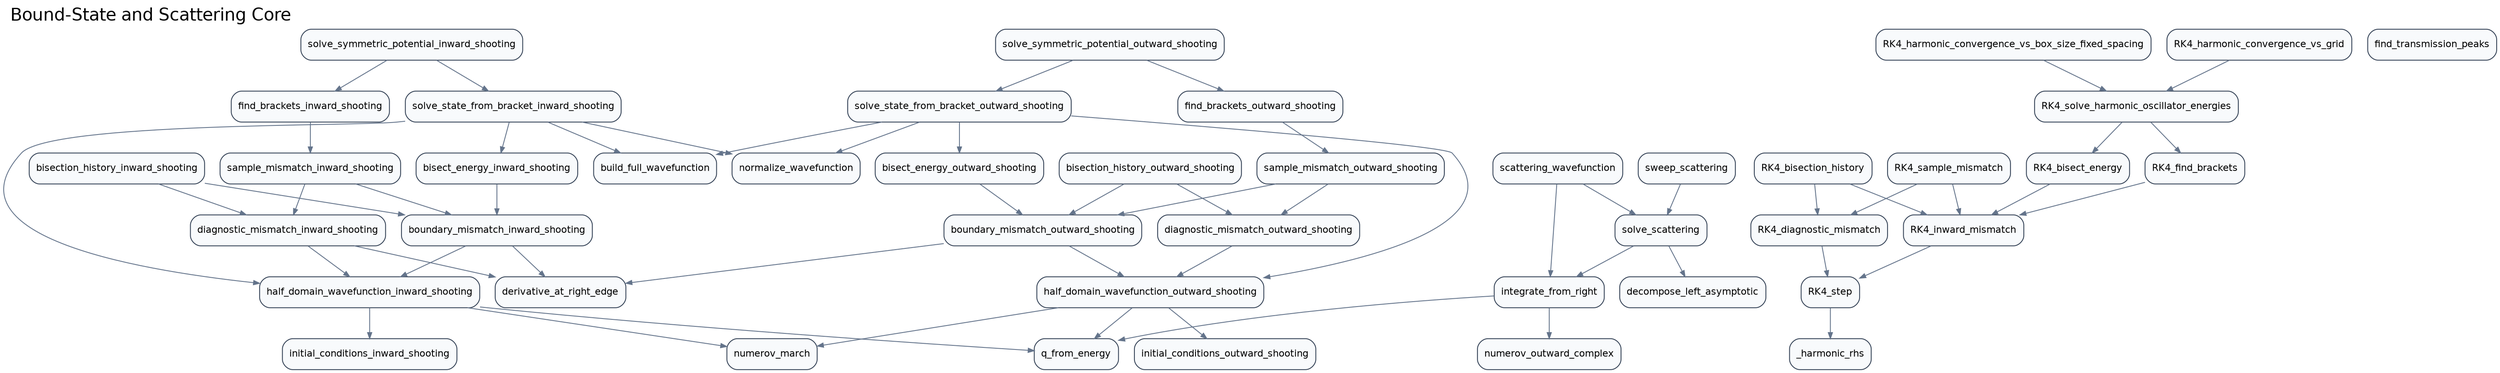
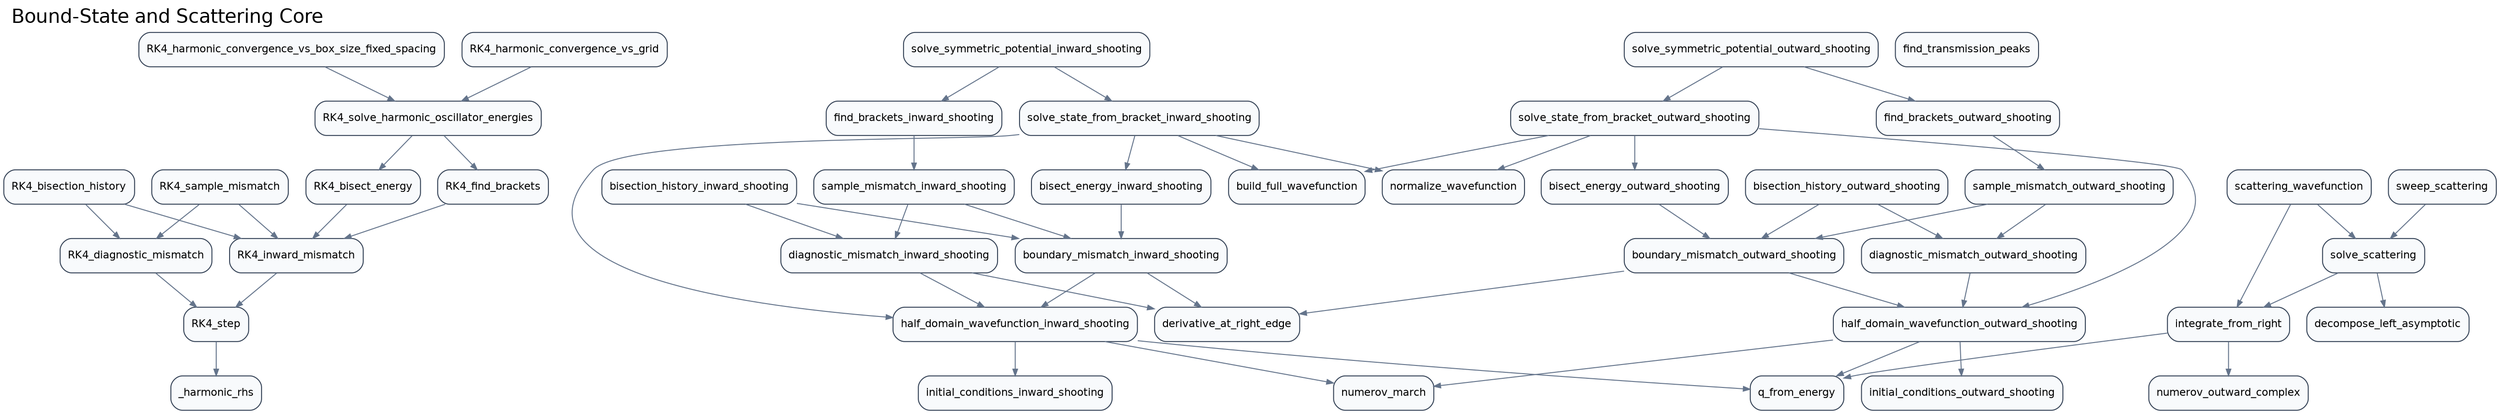
digraph G {
  rankdir="TB";
  graph [labeljust="l", labelloc="t", fontsize=20, fontname="Helvetica"];
  label="Bound-State and Scattering Core";
  node [shape=box, style="rounded,filled", fillcolor="#F8FAFC", color="#334155", fontname="Helvetica", fontsize=11];
  edge [color="#64748B", arrowsize=0.7];
+   src_RK4_harmonic_oscillator_RK4_bisect_energy [label="RK4_bisect_energy"];
+   src_RK4_harmonic_oscillator_RK4_bisection_history [label="RK4_bisection_history"];
+   src_RK4_harmonic_oscillator_RK4_diagnostic_mismatch [label="RK4_diagnostic_mismatch"];
+   src_RK4_harmonic_oscillator_RK4_find_brackets [label="RK4_find_brackets"];
+   src_RK4_harmonic_oscillator_RK4_harmonic_convergence_vs_box_size_fixed_spacing [label="RK4_harmonic_convergence_vs_box_size_fixed_spacing"];
+   src_RK4_harmonic_oscillator_RK4_harmonic_convergence_vs_grid [label="RK4_harmonic_convergence_vs_grid"];
+   src_RK4_harmonic_oscillator_RK4_inward_mismatch [label="RK4_inward_mismatch"];
+   src_RK4_harmonic_oscillator_RK4_sample_mismatch [label="RK4_sample_mismatch"];
+   src_RK4_harmonic_oscillator_RK4_solve_harmonic_oscillator_energies [label="RK4_solve_harmonic_oscillator_energies"];
+   src_RK4_harmonic_oscillator_RK4_step [label="RK4_step"];
+   src_RK4_harmonic_oscillator__harmonic_rhs [label="_harmonic_rhs"];
  src_numerov_derivative_at_right_edge [label="derivative_at_right_edge"];
  src_numerov_normalize_wavefunction [label="normalize_wavefunction"];
  src_numerov_numerov_march [label="numerov_march"];
  src_numerov_q_from_energy [label="q_from_energy"];
-   src_rk4_compare_RK4_bisect_energy [label="RK4_bisect_energy"];
-   src_rk4_compare_RK4_bisection_history [label="RK4_bisection_history"];
-   src_rk4_compare_RK4_diagnostic_mismatch [label="RK4_diagnostic_mismatch"];
-   src_rk4_compare_RK4_find_brackets [label="RK4_find_brackets"];
-   src_rk4_compare_RK4_harmonic_convergence_vs_box_size_fixed_spacing [label="RK4_harmonic_convergence_vs_box_size_fixed_spacing"];
-   src_rk4_compare_RK4_harmonic_convergence_vs_grid [label="RK4_harmonic_convergence_vs_grid"];
-   src_rk4_compare_RK4_inward_mismatch [label="RK4_inward_mismatch"];
-   src_rk4_compare_RK4_sample_mismatch [label="RK4_sample_mismatch"];
-   src_rk4_compare_RK4_solve_harmonic_oscillator_energies [label="RK4_solve_harmonic_oscillator_energies"];
-   src_rk4_compare_RK4_step [label="RK4_step"];
-   src_rk4_compare__harmonic_rhs [label="_harmonic_rhs"];
  src_scattering_decompose_left_asymptotic [label="decompose_left_asymptotic"];
  src_scattering_find_transmission_peaks [label="find_transmission_peaks"];
  src_scattering_integrate_from_right [label="integrate_from_right"];
  src_scattering_numerov_outward_complex [label="numerov_outward_complex"];
  src_scattering_scattering_wavefunction [label="scattering_wavefunction"];
  src_scattering_solve_scattering [label="solve_scattering"];
  src_scattering_sweep_scattering [label="sweep_scattering"];
  src_shooting_bisect_energy_inward_shooting [label="bisect_energy_inward_shooting"];
  src_shooting_bisect_energy_outward_shooting [label="bisect_energy_outward_shooting"];
  src_shooting_bisection_history_inward_shooting [label="bisection_history_inward_shooting"];
  src_shooting_bisection_history_outward_shooting [label="bisection_history_outward_shooting"];
  src_shooting_boundary_mismatch_inward_shooting [label="boundary_mismatch_inward_shooting"];
  src_shooting_boundary_mismatch_outward_shooting [label="boundary_mismatch_outward_shooting"];
  src_shooting_build_full_wavefunction [label="build_full_wavefunction"];
  src_shooting_diagnostic_mismatch_inward_shooting [label="diagnostic_mismatch_inward_shooting"];
  src_shooting_diagnostic_mismatch_outward_shooting [label="diagnostic_mismatch_outward_shooting"];
  src_shooting_find_brackets_inward_shooting [label="find_brackets_inward_shooting"];
  src_shooting_find_brackets_outward_shooting [label="find_brackets_outward_shooting"];
  src_shooting_half_domain_wavefunction_inward_shooting [label="half_domain_wavefunction_inward_shooting"];
  src_shooting_half_domain_wavefunction_outward_shooting [label="half_domain_wavefunction_outward_shooting"];
  src_shooting_initial_conditions_inward_shooting [label="initial_conditions_inward_shooting"];
  src_shooting_initial_conditions_outward_shooting [label="initial_conditions_outward_shooting"];
  src_shooting_sample_mismatch_inward_shooting [label="sample_mismatch_inward_shooting"];
  src_shooting_sample_mismatch_outward_shooting [label="sample_mismatch_outward_shooting"];
  src_shooting_solve_state_from_bracket_inward_shooting [label="solve_state_from_bracket_inward_shooting"];
  src_shooting_solve_state_from_bracket_outward_shooting [label="solve_state_from_bracket_outward_shooting"];
  src_shooting_solve_symmetric_potential_inward_shooting [label="solve_symmetric_potential_inward_shooting"];
  src_shooting_solve_symmetric_potential_outward_shooting [label="solve_symmetric_potential_outward_shooting"];
-   src_rk4_compare_RK4_bisect_energy -> src_rk4_compare_RK4_inward_mismatch;
-   src_rk4_compare_RK4_bisection_history -> src_rk4_compare_RK4_diagnostic_mismatch;
-   src_rk4_compare_RK4_bisection_history -> src_rk4_compare_RK4_inward_mismatch;
-   src_rk4_compare_RK4_diagnostic_mismatch -> src_rk4_compare_RK4_step;
-   src_rk4_compare_RK4_find_brackets -> src_rk4_compare_RK4_inward_mismatch;
-   src_rk4_compare_RK4_harmonic_convergence_vs_box_size_fixed_spacing -> src_rk4_compare_RK4_solve_harmonic_oscillator_energies;
-   src_rk4_compare_RK4_harmonic_convergence_vs_grid -> src_rk4_compare_RK4_solve_harmonic_oscillator_energies;
-   src_rk4_compare_RK4_inward_mismatch -> src_rk4_compare_RK4_step;
-   src_rk4_compare_RK4_sample_mismatch -> src_rk4_compare_RK4_diagnostic_mismatch;
-   src_rk4_compare_RK4_sample_mismatch -> src_rk4_compare_RK4_inward_mismatch;
-   src_rk4_compare_RK4_solve_harmonic_oscillator_energies -> src_rk4_compare_RK4_bisect_energy;
-   src_rk4_compare_RK4_solve_harmonic_oscillator_energies -> src_rk4_compare_RK4_find_brackets;
-   src_rk4_compare_RK4_step -> src_rk4_compare__harmonic_rhs;
+   src_RK4_harmonic_oscillator_RK4_bisect_energy -> src_RK4_harmonic_oscillator_RK4_inward_mismatch;
+   src_RK4_harmonic_oscillator_RK4_bisection_history -> src_RK4_harmonic_oscillator_RK4_diagnostic_mismatch;
+   src_RK4_harmonic_oscillator_RK4_bisection_history -> src_RK4_harmonic_oscillator_RK4_inward_mismatch;
+   src_RK4_harmonic_oscillator_RK4_diagnostic_mismatch -> src_RK4_harmonic_oscillator_RK4_step;
+   src_RK4_harmonic_oscillator_RK4_find_brackets -> src_RK4_harmonic_oscillator_RK4_inward_mismatch;
+   src_RK4_harmonic_oscillator_RK4_harmonic_convergence_vs_box_size_fixed_spacing -> src_RK4_harmonic_oscillator_RK4_solve_harmonic_oscillator_energies;
+   src_RK4_harmonic_oscillator_RK4_harmonic_convergence_vs_grid -> src_RK4_harmonic_oscillator_RK4_solve_harmonic_oscillator_energies;
+   src_RK4_harmonic_oscillator_RK4_inward_mismatch -> src_RK4_harmonic_oscillator_RK4_step;
+   src_RK4_harmonic_oscillator_RK4_sample_mismatch -> src_RK4_harmonic_oscillator_RK4_diagnostic_mismatch;
+   src_RK4_harmonic_oscillator_RK4_sample_mismatch -> src_RK4_harmonic_oscillator_RK4_inward_mismatch;
+   src_RK4_harmonic_oscillator_RK4_solve_harmonic_oscillator_energies -> src_RK4_harmonic_oscillator_RK4_bisect_energy;
+   src_RK4_harmonic_oscillator_RK4_solve_harmonic_oscillator_energies -> src_RK4_harmonic_oscillator_RK4_find_brackets;
+   src_RK4_harmonic_oscillator_RK4_step -> src_RK4_harmonic_oscillator__harmonic_rhs;
  src_scattering_integrate_from_right -> src_numerov_q_from_energy;
  src_scattering_integrate_from_right -> src_scattering_numerov_outward_complex;
  src_scattering_scattering_wavefunction -> src_scattering_integrate_from_right;
  src_scattering_scattering_wavefunction -> src_scattering_solve_scattering;
  src_scattering_solve_scattering -> src_scattering_decompose_left_asymptotic;
  src_scattering_solve_scattering -> src_scattering_integrate_from_right;
  src_scattering_sweep_scattering -> src_scattering_solve_scattering;
  src_shooting_bisect_energy_inward_shooting -> src_shooting_boundary_mismatch_inward_shooting;
  src_shooting_bisect_energy_outward_shooting -> src_shooting_boundary_mismatch_outward_shooting;
  src_shooting_bisection_history_inward_shooting -> src_shooting_boundary_mismatch_inward_shooting;
  src_shooting_bisection_history_inward_shooting -> src_shooting_diagnostic_mismatch_inward_shooting;
  src_shooting_bisection_history_outward_shooting -> src_shooting_boundary_mismatch_outward_shooting;
  src_shooting_bisection_history_outward_shooting -> src_shooting_diagnostic_mismatch_outward_shooting;
  src_shooting_boundary_mismatch_inward_shooting -> src_numerov_derivative_at_right_edge;
  src_shooting_boundary_mismatch_inward_shooting -> src_shooting_half_domain_wavefunction_inward_shooting;
  src_shooting_boundary_mismatch_outward_shooting -> src_numerov_derivative_at_right_edge;
  src_shooting_boundary_mismatch_outward_shooting -> src_shooting_half_domain_wavefunction_outward_shooting;
  src_shooting_diagnostic_mismatch_inward_shooting -> src_numerov_derivative_at_right_edge;
  src_shooting_diagnostic_mismatch_inward_shooting -> src_shooting_half_domain_wavefunction_inward_shooting;
  src_shooting_diagnostic_mismatch_outward_shooting -> src_shooting_half_domain_wavefunction_outward_shooting;
  src_shooting_find_brackets_inward_shooting -> src_shooting_sample_mismatch_inward_shooting;
  src_shooting_find_brackets_outward_shooting -> src_shooting_sample_mismatch_outward_shooting;
  src_shooting_half_domain_wavefunction_inward_shooting -> src_numerov_numerov_march;
  src_shooting_half_domain_wavefunction_inward_shooting -> src_numerov_q_from_energy;
  src_shooting_half_domain_wavefunction_inward_shooting -> src_shooting_initial_conditions_inward_shooting;
  src_shooting_half_domain_wavefunction_outward_shooting -> src_numerov_numerov_march;
  src_shooting_half_domain_wavefunction_outward_shooting -> src_numerov_q_from_energy;
  src_shooting_half_domain_wavefunction_outward_shooting -> src_shooting_initial_conditions_outward_shooting;
  src_shooting_sample_mismatch_inward_shooting -> src_shooting_boundary_mismatch_inward_shooting;
  src_shooting_sample_mismatch_inward_shooting -> src_shooting_diagnostic_mismatch_inward_shooting;
  src_shooting_sample_mismatch_outward_shooting -> src_shooting_boundary_mismatch_outward_shooting;
  src_shooting_sample_mismatch_outward_shooting -> src_shooting_diagnostic_mismatch_outward_shooting;
  src_shooting_solve_state_from_bracket_inward_shooting -> src_numerov_normalize_wavefunction;
  src_shooting_solve_state_from_bracket_inward_shooting -> src_shooting_bisect_energy_inward_shooting;
  src_shooting_solve_state_from_bracket_inward_shooting -> src_shooting_build_full_wavefunction;
  src_shooting_solve_state_from_bracket_inward_shooting -> src_shooting_half_domain_wavefunction_inward_shooting;
  src_shooting_solve_state_from_bracket_outward_shooting -> src_numerov_normalize_wavefunction;
  src_shooting_solve_state_from_bracket_outward_shooting -> src_shooting_bisect_energy_outward_shooting;
  src_shooting_solve_state_from_bracket_outward_shooting -> src_shooting_build_full_wavefunction;
  src_shooting_solve_state_from_bracket_outward_shooting -> src_shooting_half_domain_wavefunction_outward_shooting;
  src_shooting_solve_symmetric_potential_inward_shooting -> src_shooting_find_brackets_inward_shooting;
  src_shooting_solve_symmetric_potential_inward_shooting -> src_shooting_solve_state_from_bracket_inward_shooting;
  src_shooting_solve_symmetric_potential_outward_shooting -> src_shooting_find_brackets_outward_shooting;
  src_shooting_solve_symmetric_potential_outward_shooting -> src_shooting_solve_state_from_bracket_outward_shooting;
}
